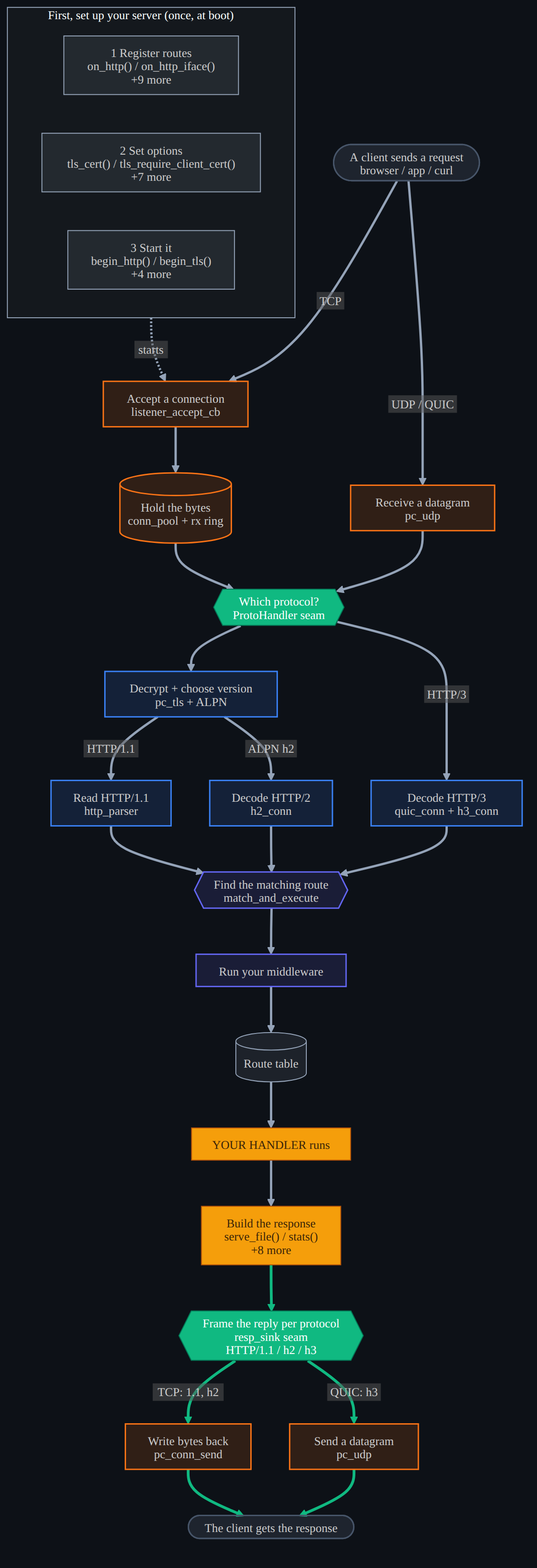
Earlier version of the Mermaid export docs/diagrams/api_flow.dark.png (dstroy0/DeterministicESPAsyncWebServer). Its source is kept beside it as docs/diagrams/api_flow.mmd.
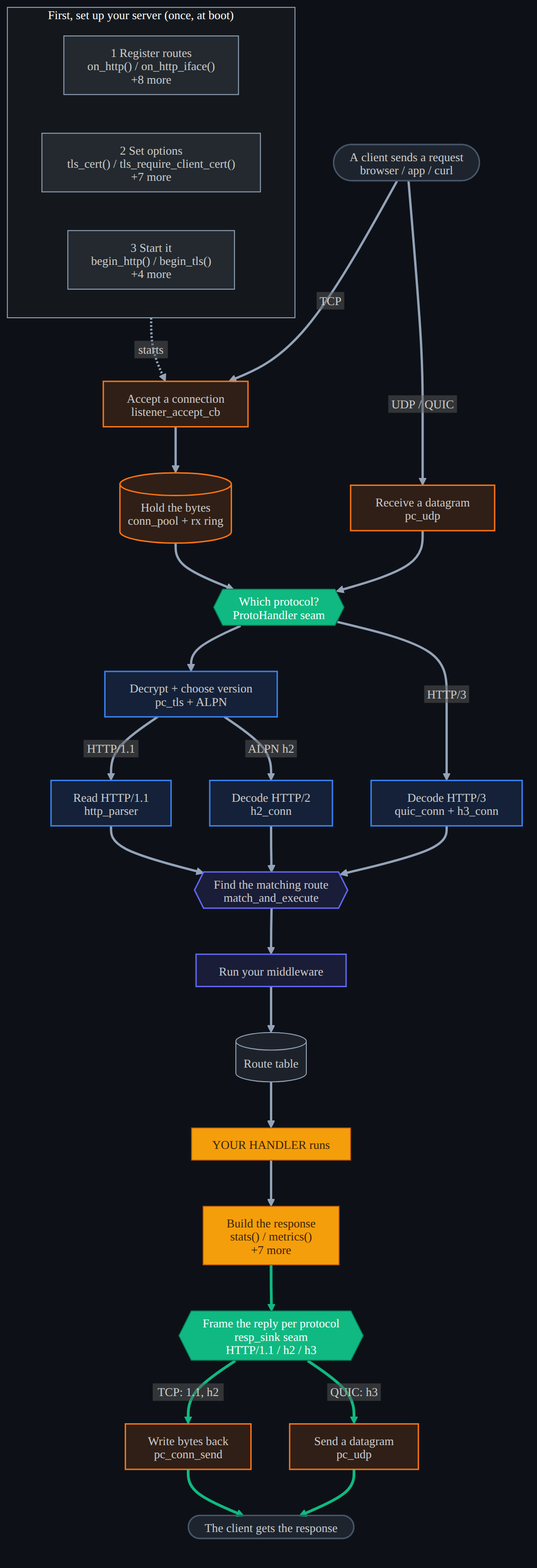
The same diagram one commit later.

Commit message:
docs: regenerate feature tables + configurator + build_opt.h + example index [skip ci]

What changed in the source:
```diff
@@ -2,7 +2,7 @@
 flowchart TB
   subgraph SETUP["First, set up your server (once, at boot)"]
     direction LR
-    reg["1 Register routes<br/>on_http() / on_http_iface()<br/>+9 more"]
+    reg["1 Register routes<br/>on_http() / on_http_iface()<br/>+8 more"]
     cfg["2 Set options<br/>tls_cert() / tls_require_client_cert()<br/>+7 more"]
     run["3 Start it<br/>begin_http() / begin_tls()<br/>+4 more"]
   end
@@ -20,7 +20,7 @@
   mw["Run your middleware"]
   routes[("Route table")]
   handler["YOUR HANDLER runs"]
-  resp["Build the response<br/>serve_file() / stats()<br/>+8 more"]
+  resp["Build the response<br/>stats() / metrics()<br/>+7 more"]
   sink{{"Frame the reply per protocol<br/>resp_sink seam<br/>HTTP/1.1 / h2 / h3"}}
   consend["Write bytes back<br/>pc_conn_send"]
   udptx["Send a datagram<br/>pc_udp"]
```
